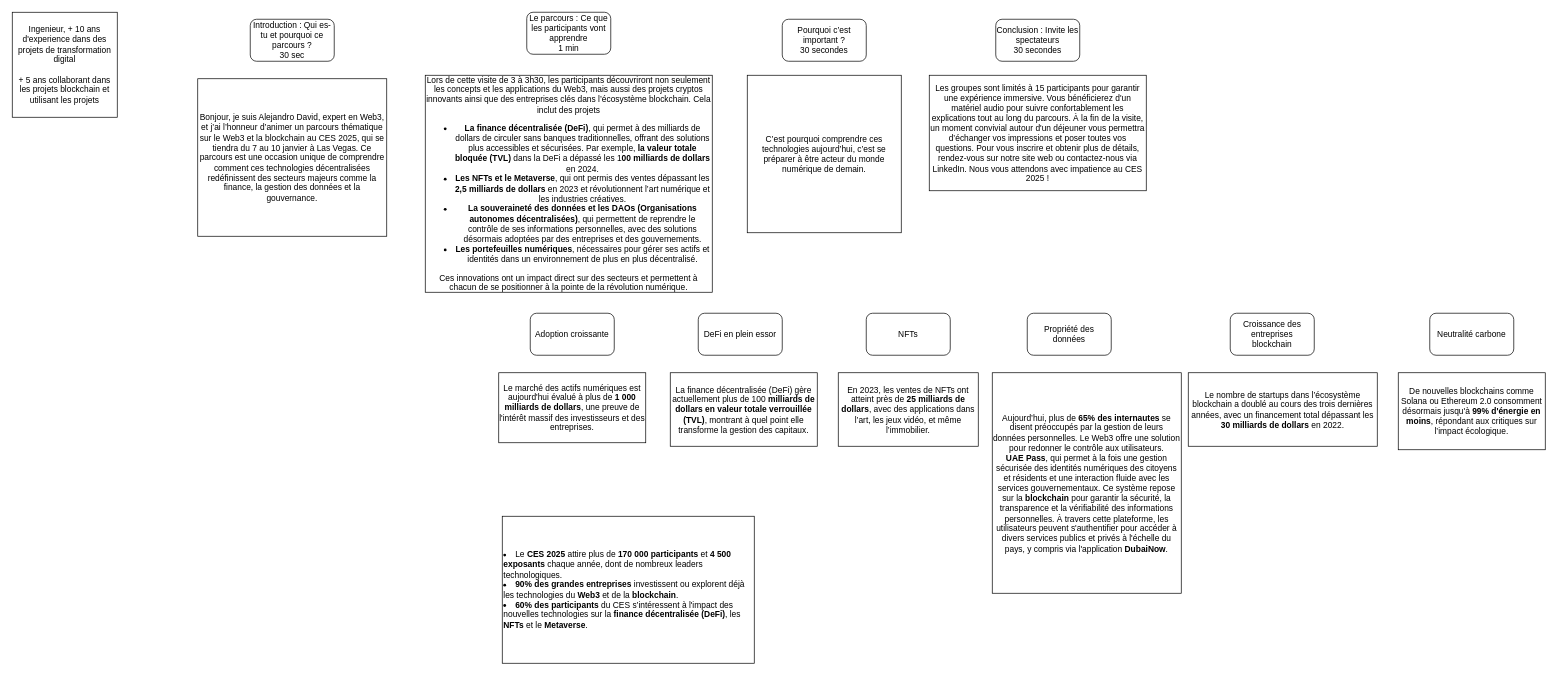
Above: Presentation.drawio in AlejandroDAvidz/AlejandroDAvidz (draw.io), before the change. Source tidied: cells renumbered, new cells numbered last; positions are measured from the earlier drawing's top-left corner, leaving out a move shared by most shapes. Both pictures are drawn from the tidied source at 70%, with x=0, y=0 at pixel (12, 12).
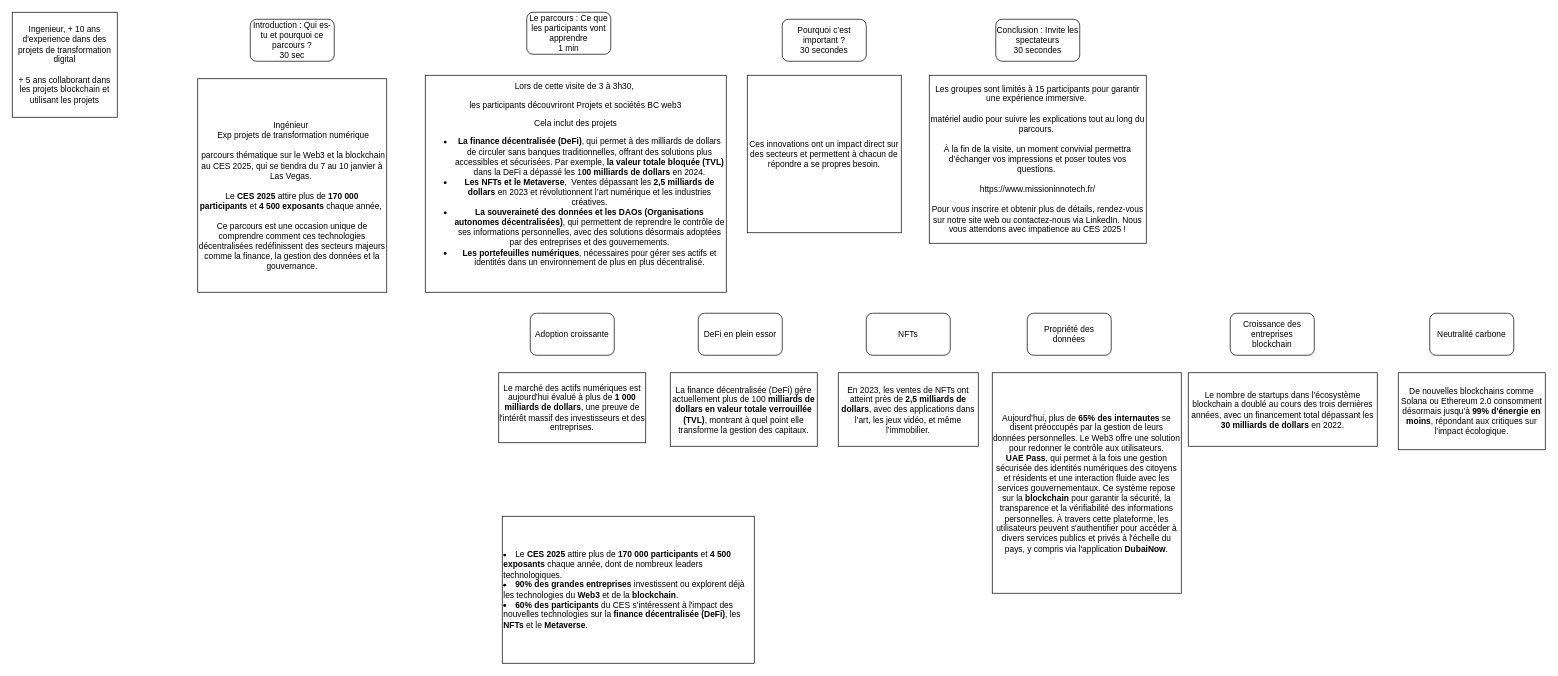
The same page after the edit.

Commit message:
Mettre à jour Presentation.drawio

What changed in the source:
```diff
@@
-    <mxCell id="10" value="En 2023, les ventes de NFTs ont atteint près de &lt;strong&gt;25 milliards de dollars&lt;/strong&gt;, avec des applications dans l’art, les jeux vidéo, et même l’immobilier." style="rounded=0;whiteSpace=wrap;html=1;" parent="1" vertex="1">
+    <mxCell id="10" value="En 2023, les ventes de NFTs ont atteint près de &lt;strong&gt;2,5 milliards de dollars&lt;/strong&gt;, avec des applications dans l’art, les jeux vidéo, et même l’immobilier." style="rounded=0;whiteSpace=wrap;html=1;" parent="1" vertex="1">
       <mxGeometry x="1180" y="515" width="200" height="105" as="geometry" />
     </mxCell>
@@
-    <mxCell id="20" value="Bonjour, je suis Alejandro David, expert en Web3, et j’ai l’honneur d’animer un parcours thématique sur le Web3 et la blockchain au CES 2025, qui se tiendra du 7 au 10 janvier à Las Vegas. Ce parcours est une occasion unique de comprendre comment ces technologies décentralisées redéfinissent des secteurs majeurs comme la finance, la gestion des données et la gouvernance." style="rounded=0;whiteSpace=wrap;html=1;" parent="1" vertex="1">
-      <mxGeometry x="265" y="95" width="270" height="225" as="geometry" />
+    <mxCell id="20" value="&lt;div&gt;&lt;br&gt;&lt;/div&gt;&lt;div&gt;&lt;br&gt;&lt;/div&gt;&lt;div&gt;Ingénieur&amp;nbsp;&lt;/div&gt;&lt;div&gt;&amp;nbsp;Exp projets de transformation numérique&lt;/div&gt;&lt;div&gt;&lt;br&gt;&lt;/div&gt;&lt;div&gt;&amp;nbsp;&lt;span style=&quot;background-color: initial;&quot;&gt;parcours thématique sur le Web3 et la blockchain au CES 2025, qui se tiendra du 7 au 10 janvier à Las Vegas.&amp;nbsp;&lt;/span&gt;&lt;/div&gt;&lt;div&gt;&lt;span style=&quot;text-align: left;&quot;&gt;&lt;br&gt;&lt;/span&gt;&lt;/div&gt;&lt;div&gt;&lt;span style=&quot;text-align: left;&quot;&gt;Le&amp;nbsp;&lt;/span&gt;&lt;strong style=&quot;text-align: left;&quot;&gt;CES 2025&lt;/strong&gt;&lt;span style=&quot;text-align: left;&quot;&gt;&amp;nbsp;attire plus de&amp;nbsp;&lt;/span&gt;&lt;strong style=&quot;text-align: left;&quot;&gt;170 000 participants&lt;/strong&gt;&lt;span style=&quot;text-align: left;&quot;&gt;&amp;nbsp;et&amp;nbsp;&lt;/span&gt;&lt;strong style=&quot;text-align: left;&quot;&gt;4 500 exposants&lt;/strong&gt;&lt;span style=&quot;text-align: left;&quot;&gt;&amp;nbsp;chaque année,&amp;nbsp;&lt;/span&gt;&lt;/div&gt;&lt;div&gt;&lt;br&gt;&lt;/div&gt;&lt;div&gt;Ce parcours est une occasion unique de comprendre comment ces technologies décentralisées redéfinissent des secteurs majeurs comme la finance, la gestion des données et la gouvernance.&lt;/div&gt;" style="rounded=0;whiteSpace=wrap;html=1;" parent="1" vertex="1">
+      <mxGeometry x="265" y="95" width="270" height="305" as="geometry" />
     </mxCell>
-    <mxCell id="21" value="C’est pourquoi comprendre ces technologies aujourd’hui, c’est se préparer à être acteur du monde numérique de demain." style="rounded=0;whiteSpace=wrap;html=1;" parent="1" vertex="1">
+    <mxCell id="21" value="&lt;div&gt;Ces innovations ont un impact direct sur des secteurs et permettent à chacun de répondre a se propres besoin.&lt;/div&gt;" style="rounded=0;whiteSpace=wrap;html=1;" parent="1" vertex="1">
       <mxGeometry x="1050" y="90" width="220" height="225" as="geometry" />
     </mxCell>
-    <mxCell id="22" value="Les groupes sont limités à 15 participants pour garantir une expérience immersive. Vous bénéficierez d'un matériel audio pour suivre confortablement les explications tout au long du parcours. À la fin de la visite, un moment convivial autour d'un déjeuner vous permettra d’échanger vos impressions et poser toutes vos questions. Pour vous inscrire et obtenir plus de détails, rendez-vous sur notre site web ou contactez-nous via LinkedIn. Nous vous attendons avec impatience au CES 2025 !" style="rounded=0;whiteSpace=wrap;html=1;" parent="1" vertex="1">
-      <mxGeometry x="1310" y="90" width="310" height="165" as="geometry" />
+    <mxCell id="22" value="Les groupes sont limités à 15 participants pour garantir une expérience immersive.&amp;nbsp;&lt;div&gt;&lt;br&gt;&lt;/div&gt;&lt;div&gt;matériel audio pour suivre les explications tout au long du parcours.&amp;nbsp;&lt;/div&gt;&lt;div&gt;&lt;br&gt;&lt;/div&gt;&lt;div&gt;À la fin de la visite, un moment convivial permettra d’échanger vos impressions et poser toutes vos questions.&amp;nbsp;&lt;/div&gt;&lt;div&gt;&lt;br&gt;&lt;/div&gt;&lt;div&gt;https://www.missioninnotech.fr/&lt;/div&gt;&lt;div&gt;&lt;br&gt;&lt;/div&gt;&lt;div&gt;Pour vous inscrire et obtenir plus de détails, rendez-vous sur notre site web ou contactez-nous via LinkedIn. Nous vous attendons avec impatience au CES 2025 !&lt;/div&gt;" style="rounded=0;whiteSpace=wrap;html=1;" parent="1" vertex="1">
+      <mxGeometry x="1310" y="90" width="310" height="240" as="geometry" />
     </mxCell>
-    <mxCell id="23" value="&lt;p&gt;Lors de cette visite de 3 à 3h30,&amp;nbsp;&lt;span style=&quot;background-color: initial;&quot;&gt;les participants découvriront non seulement les concepts et les applications du Web3, mais aussi des projets cryptos innovants ainsi que des entreprises clés dans l’écosystème blockchain.&amp;nbsp;&lt;/span&gt;&lt;span style=&quot;background-color: initial;&quot;&gt;Cela inclut des projets&lt;/span&gt;&lt;/p&gt;&lt;ul&gt;&lt;li&gt;&lt;strong&gt;La finance décentralisée (DeFi)&lt;/strong&gt;, qui permet à des milliards de dollars de circuler sans banques traditionnelles, offrant des solutions plus accessibles et sécurisées. Par exemple, &lt;strong&gt;la valeur totale bloquée (TVL)&lt;/strong&gt; dans la DeFi a dépassé les 1&lt;strong&gt;00 milliards de dollars&lt;/strong&gt; en 2024.&lt;/li&gt;&lt;li&gt;&lt;strong&gt;Les NFTs et le Metaverse&lt;/strong&gt;, qui ont permis des ventes dépassant les &lt;strong&gt;2,5 milliards de dollars&lt;/strong&gt; en 2023 et révolutionnent l’art numérique et les industries créatives.&lt;/li&gt;&lt;li&gt;&lt;strong&gt;La souveraineté des données et les DAOs (Organisations autonomes décentralisées)&lt;/strong&gt;, qui permettent de reprendre le contrôle de ses informations personnelles, avec des solutions désormais adoptées par des entreprises et des gouvernements.&lt;/li&gt;&lt;li&gt;&lt;strong&gt;Les portefeuilles numériques&lt;/strong&gt;, nécessaires pour gérer ses actifs et identités dans un environnement de plus en plus décentralisé.&lt;/li&gt;&lt;/ul&gt;&lt;p&gt;Ces innovations ont un impact direct sur des secteurs et permettent à chacun de se positionner à la pointe de la révolution numérique.&lt;/p&gt;" style="rounded=0;whiteSpace=wrap;html=1;" parent="1" vertex="1">
-      <mxGeometry x="590" y="90" width="410" height="310" as="geometry" />
+    <mxCell id="23" value="&lt;p&gt;Lors de cette visite de 3 à 3h30,&amp;nbsp;&lt;/p&gt;&lt;p&gt;&lt;span style=&quot;background-color: initial;&quot;&gt;les participants découvriront Projets et sociétés BC web3&lt;/span&gt;&lt;/p&gt;&lt;p&gt;&lt;span style=&quot;background-color: initial;&quot;&gt;Cela inclut des projets&lt;/span&gt;&lt;/p&gt;&lt;ul&gt;&lt;li&gt;&lt;strong&gt;La finance décentralisée (DeFi)&lt;/strong&gt;, qui permet à des milliards de dollars de circuler sans banques traditionnelles, offrant des solutions plus accessibles et sécurisées. Par exemple, &lt;strong&gt;la valeur totale bloquée (TVL)&lt;/strong&gt; dans la DeFi a dépassé les 1&lt;strong&gt;00 milliards de dollars&lt;/strong&gt; en 2024.&lt;/li&gt;&lt;li&gt;&lt;strong&gt;Les NFTs et le Metaverse&lt;/strong&gt;,&amp;nbsp; Ventes dépassant les &lt;strong&gt;2,5 milliards de dollars&lt;/strong&gt; en 2023 et révolutionnent l’art numérique et les industries créatives.&lt;/li&gt;&lt;li&gt;&lt;strong&gt;La souveraineté des données et les DAOs (Organisations autonomes décentralisées)&lt;/strong&gt;, qui permettent de reprendre le contrôle de ses informations personnelles, avec des solutions désormais adoptées par des entreprises et des gouvernements.&lt;/li&gt;&lt;li&gt;&lt;strong&gt;Les portefeuilles numériques&lt;/strong&gt;, nécessaires pour gérer ses actifs et identités dans un environnement de plus en plus décentralisé.&lt;/li&gt;&lt;/ul&gt;&lt;p&gt;&lt;br&gt;&lt;/p&gt;" style="rounded=0;whiteSpace=wrap;html=1;" parent="1" vertex="1">
+      <mxGeometry x="590" y="90" width="430" height="310" as="geometry" />
     </mxCell>
```
